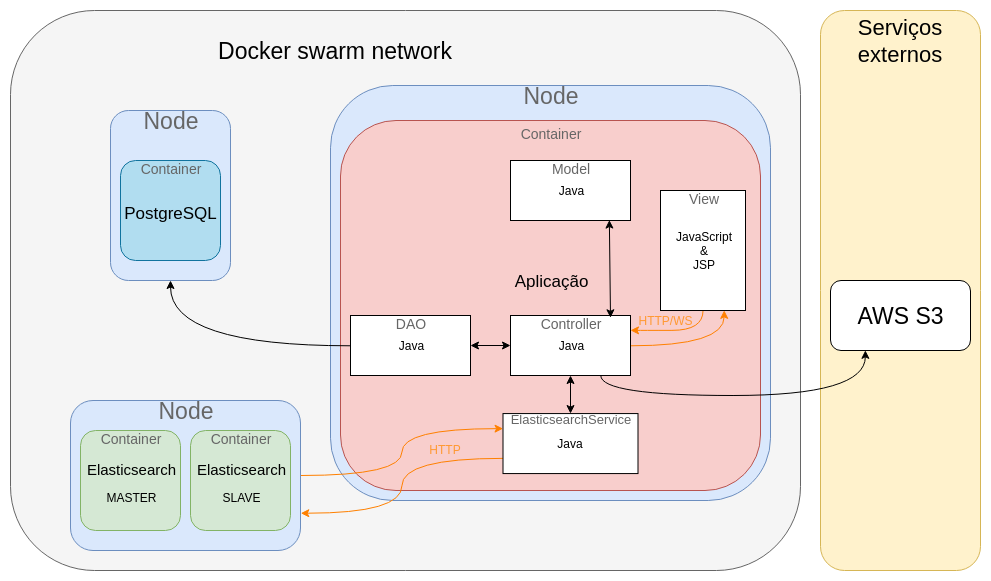
Above: uml/diagrama-de-arquitetura.png in douglira/tcc (draw.io), before the change. Source tidied: cells renumbered, new cells last; positions are measured from the earlier drawing's top-left corner, leaving out a move shared by most shapes.
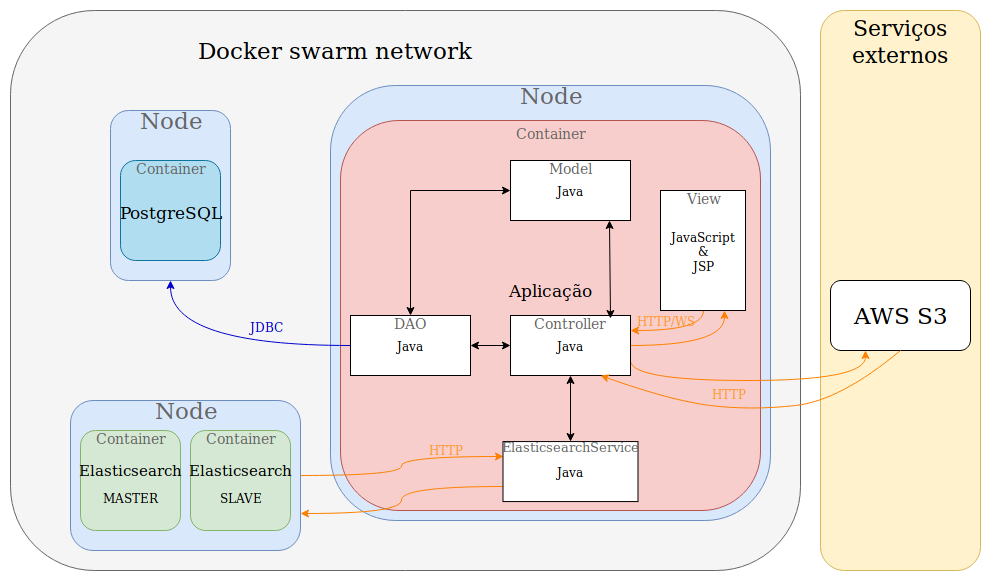
The same file after the commit.

What changed in the source:
```diff
@@ -9,13 +9,13 @@
       <mxGeometry x="175" y="30" width="300" height="20" as="geometry" />
     </mxCell>
     <mxCell id="4" value="&lt;div style=&quot;text-align: left&quot;&gt;&lt;br&gt;&lt;/div&gt;&lt;div style=&quot;text-align: left&quot;&gt;&lt;/div&gt;" style="rounded=1;whiteSpace=wrap;html=1;fontSize=23;fillColor=#dae8fc;strokeColor=#6c8ebf;" parent="1" vertex="1">
-      <mxGeometry x="320" y="75" width="440" height="415" as="geometry" />
+      <mxGeometry x="320" y="75" width="440" height="435" as="geometry" />
     </mxCell>
     <mxCell id="5" value="Node" style="text;html=1;strokeColor=none;fillColor=none;align=center;verticalAlign=middle;whiteSpace=wrap;rounded=0;fontSize=23;fontColor=#666;" parent="1" vertex="1">
       <mxGeometry x="510" y="75" width="60" height="20" as="geometry" />
     </mxCell>
     <mxCell id="6" value="&lt;font style=&quot;font-size: 17px&quot;&gt;Aplicação&lt;br&gt;&lt;br&gt;&lt;br&gt;&lt;/font&gt;" style="rounded=1;whiteSpace=wrap;html=1;fontSize=23;rotation=0;direction=west;fillColor=#f8cecc;strokeColor=#b85450;" parent="1" vertex="1">
-      <mxGeometry x="330" y="110" width="420" height="370" as="geometry" />
+      <mxGeometry x="330" y="110" width="420" height="390" as="geometry" />
     </mxCell>
     <mxCell id="7" value="&lt;font style=&quot;font-size: 14px&quot;&gt;Container&lt;/font&gt;" style="text;html=1;strokeColor=none;fillColor=none;align=center;verticalAlign=middle;whiteSpace=wrap;rounded=0;fontSize=23;fontColor=#666;" parent="1" vertex="1">
       <mxGeometry x="430" y="110" width="220" height="20" as="geometry" />
@@ -74,8 +74,13 @@
     <mxCell id="25" style="edgeStyle=orthogonalEdgeStyle;curved=1;rounded=0;jettySize=auto;html=1;exitX=1;exitY=0.5;exitDx=0;exitDy=0;entryX=0.75;entryY=1;entryDx=0;entryDy=0;fontColor=#FF9933;strokeColor=#FF8000;" parent="1" edge="1" source="27" target="23">
       <mxGeometry relative="1" as="geometry" />
     </mxCell>
-    <mxCell id="26" style="edgeStyle=orthogonalEdgeStyle;curved=1;rounded=0;jettySize=auto;html=1;exitX=0.75;exitY=1;exitDx=0;exitDy=0;entryX=0.25;entryY=1;entryDx=0;entryDy=0;strokeColor=#000000;fontColor=#FF9933;" parent="1" edge="1" source="27" target="21">
-      <mxGeometry relative="1" as="geometry" />
+    <mxCell id="26" style="edgeStyle=orthogonalEdgeStyle;curved=1;rounded=0;jettySize=auto;html=1;exitX=1;exitY=0.75;exitDx=0;exitDy=0;entryX=0.25;entryY=1;entryDx=0;entryDy=0;strokeColor=#FF8000;fontColor=#FF9933;" parent="1" edge="1" source="27" target="21">
+      <mxGeometry relative="1" as="geometry">
+        <Array as="points">
+          <mxPoint x="620" y="370" />
+          <mxPoint x="855" y="370" />
+        </Array>
+      </mxGeometry>
     </mxCell>
     <mxCell id="27" value="&lt;font color=&quot;#000000&quot;&gt;Java&lt;/font&gt;&lt;br&gt;" style="rounded=0;whiteSpace=wrap;html=1;fontColor=#666;" parent="1" vertex="1">
       <mxGeometry x="500" y="305" width="120" height="60" as="geometry" />
@@ -102,12 +107,12 @@
       <mxGeometry relative="1" as="geometry" />
     </mxCell>
     <mxCell id="35" value="&lt;font color=&quot;#000000&quot;&gt;Java&lt;/font&gt;&lt;br&gt;" style="rounded=0;whiteSpace=wrap;html=1;fontColor=#666;" parent="1" vertex="1">
-      <mxGeometry x="492.5" y="403.1" width="135" height="60" as="geometry" />
+      <mxGeometry x="492.5" y="431.1" width="135" height="60" as="geometry" />
     </mxCell>
     <mxCell id="36" value="&lt;font style=&quot;font-size: 13px&quot;&gt;ElasticsearchService&lt;/font&gt;&lt;br&gt;" style="text;html=1;strokeColor=none;fillColor=none;align=center;verticalAlign=middle;whiteSpace=wrap;rounded=0;fontSize=23;fontColor=#666;" parent="1" vertex="1">
-      <mxGeometry x="520" y="400.1" width="80" height="10" as="geometry" />
+      <mxGeometry x="520" y="428.1" width="80" height="10" as="geometry" />
     </mxCell>
-    <mxCell id="37" style="edgeStyle=orthogonalEdgeStyle;curved=1;rounded=0;jettySize=auto;html=1;exitX=0;exitY=0.5;exitDx=0;exitDy=0;fontSize=23;verticalAlign=top;" parent="1" edge="1" source="32" target="8">
+    <mxCell id="37" style="edgeStyle=orthogonalEdgeStyle;curved=1;rounded=0;jettySize=auto;html=1;exitX=0;exitY=0.5;exitDx=0;exitDy=0;fontSize=23;verticalAlign=top;strokeColor=#0000CC;" parent="1" edge="1" source="32" target="8">
       <mxGeometry relative="1" as="geometry" />
     </mxCell>
     <mxCell id="38" value="HTTP/WS" style="text;html=1;strokeColor=none;fillColor=none;align=center;verticalAlign=middle;whiteSpace=wrap;rounded=0;fontColor=#FF9933;" parent="1" vertex="1">
@@ -122,5 +127,27 @@
     <mxCell id="41" style="endArrow=classic;startArrow=classic;html=1;fontColor=#666;" parent="1" edge="1" source="32" target="27">
       <mxGeometry relative="1" as="geometry" />
     </mxCell>
+    <mxCell id="42" value="HTTP" style="text;html=1;strokeColor=none;fillColor=none;align=center;verticalAlign=middle;whiteSpace=wrap;rounded=0;fontColor=#FF9933;" parent="1" vertex="1">
+      <mxGeometry x="692.5" y="372" width="50" height="22" as="geometry" />
+    </mxCell>
+    <mxCell id="43" style="endArrow=classic;startArrow=classic;html=1;strokeColor=#000000;entryX=0;entryY=0.5;entryDx=0;entryDy=0;exitX=0.5;exitY=0;exitDx=0;exitDy=0;rounded=0;" parent="1" edge="1" source="33" target="29">
+      <mxGeometry relative="1" as="geometry">
+        <Array as="points">
+          <mxPoint x="400" y="180" />
+        </Array>
+      </mxGeometry>
+    </mxCell>
+    <mxCell id="44" style="curved=1;endArrow=classic;html=1;strokeColor=#FF8000;exitX=0.5;exitY=1;exitDx=0;exitDy=0;entryX=0.75;entryY=1;entryDx=0;entryDy=0;" parent="1" edge="1" source="21" target="27">
+      <mxGeometry relative="1" as="geometry">
+        <Array as="points">
+          <mxPoint x="830" y="390" />
+          <mxPoint x="740" y="400" />
+          <mxPoint x="660" y="390" />
+        </Array>
+      </mxGeometry>
+    </mxCell>
+    <mxCell id="45" value="&lt;font color=&quot;#0000CC&quot;&gt;JDBC&lt;/font&gt;" style="text;html=1;strokeColor=none;fillColor=none;align=center;verticalAlign=middle;whiteSpace=wrap;rounded=0;fontColor=#FF9933;" parent="1" vertex="1">
+      <mxGeometry x="230" y="305" width="50" height="22" as="geometry" />
+    </mxCell>
   </root>
 </mxGraphModel>
```
